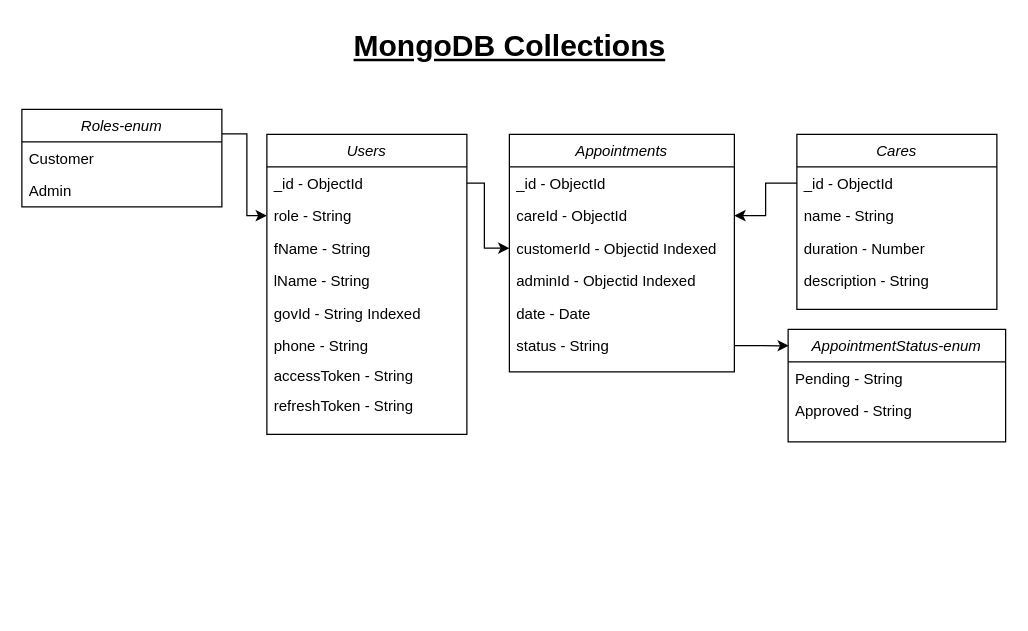
Above: Clinic.drawio in PivaRos/Golang_API_net-http (draw.io), before the change. Source tidied: cells renumbered, new cells numbered last; positions are measured from the earlier drawing's top-left corner, leaving out a move shared by most shapes. Both pictures are drawn from the tidied source at 125%, with x=0, y=0 at pixel (21, 21).
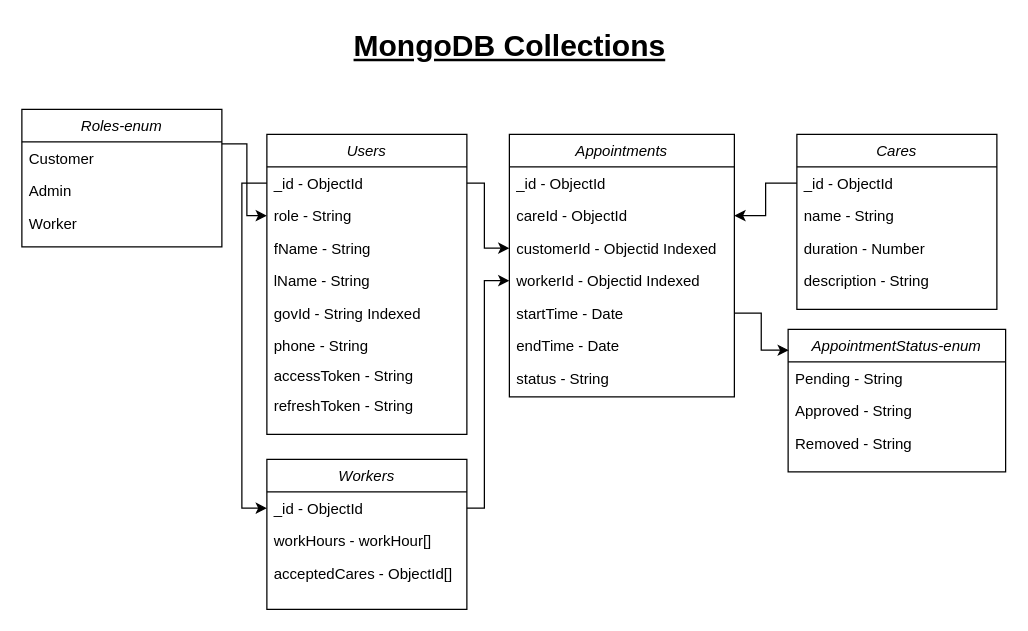
The same page after the edit.

Unchanged cells that the change refers to:
```xml
<mxCell id="3" value="_id - ObjectId" style="text;align=left;verticalAlign=top;spacingLeft=4;spacingRight=4;overflow=hidden;points=[[0,0.5],[1,0.5]];portConstraint=eastwest;" parent="2" vertex="1">
  <mxGeometry y="26" width="160" height="26" as="geometry" />
</mxCell>
```

Diff of the diagram source:
```diff
@@
     <mxCell id="12" value="Roles-enum" style="swimlane;fontStyle=2;align=center;verticalAlign=top;horizontal=1;startSize=26;rounded=0;shadow=0;strokeWidth=1;" parent="1" vertex="1">
-      <mxGeometry y="70" width="160" height="78" as="geometry" />
+      <mxGeometry y="70" width="160" height="110" as="geometry" />
     </mxCell>
@@
+    <mxCell id="34" value="Worker" style="text;align=left;verticalAlign=top;spacingLeft=4;spacingRight=4;overflow=hidden;" parent="12" vertex="1">
+      <mxGeometry y="78" width="160" height="26" as="geometry" />
+    </mxCell>
@@
     <mxCell id="20" value="Appointments" style="swimlane;fontStyle=2;align=center;verticalAlign=top;horizontal=1;startSize=26;rounded=0;shadow=0;strokeWidth=1;" parent="1" vertex="1">
-      <mxGeometry x="390" y="90" width="180" height="190" as="geometry" />
+      <mxGeometry x="390" y="90" width="180" height="210" as="geometry" />
     </mxCell>
@@
-    <mxCell id="24" value="adminId - Objectid Indexed" style="text;align=left;verticalAlign=top;spacingLeft=4;spacingRight=4;overflow=hidden;points=[[0,0.5],[1,0.5]];portConstraint=eastwest;rounded=0;shadow=0;html=0;" parent="20" vertex="1">
+    <mxCell id="24" value="workerId - Objectid Indexed" style="text;align=left;verticalAlign=top;spacingLeft=4;spacingRight=4;overflow=hidden;points=[[0,0.5],[1,0.5]];portConstraint=eastwest;rounded=0;shadow=0;html=0;" parent="20" vertex="1">
       <mxGeometry y="104" width="180" height="26" as="geometry" />
     </mxCell>
-    <mxCell id="25" value="date - Date" style="text;align=left;verticalAlign=top;spacingLeft=4;spacingRight=4;overflow=hidden;rounded=0;shadow=0;html=0;" parent="20" vertex="1">
-      <mxGeometry y="130" width="180" height="26" as="geometry" />
-    </mxCell>
-    <mxCell id="26" value="status - String" style="text;align=left;verticalAlign=top;spacingLeft=4;spacingRight=4;overflow=hidden;points=[[0,0.5],[1,0.5]];portConstraint=eastwest;rounded=0;shadow=0;html=0;" parent="20" vertex="1">
-      <mxGeometry y="156" width="180" height="26" as="geometry" />
+    <mxCell id="26" value="startTime - Date" style="text;align=left;verticalAlign=top;spacingLeft=4;spacingRight=4;overflow=hidden;points=[[0,0.5],[1,0.5]];portConstraint=eastwest;rounded=0;shadow=0;html=0;" parent="20" vertex="1">
+      <mxGeometry y="130" width="180" height="26" as="geometry" />
     </mxCell>
+    <mxCell id="35" value="endTime - Date" style="text;align=left;verticalAlign=top;spacingLeft=4;spacingRight=4;overflow=hidden;rounded=0;shadow=0;html=0;" parent="20" vertex="1">
+      <mxGeometry y="156" width="180" height="26" as="geometry" />
+    </mxCell>
+    <mxCell id="36" value="status - String" style="text;align=left;verticalAlign=top;spacingLeft=4;spacingRight=4;overflow=hidden;rounded=0;shadow=0;html=0;" parent="20" vertex="1">
+      <mxGeometry y="182" width="180" height="26" as="geometry" />
+    </mxCell>
@@
     <mxCell id="30" value="AppointmentStatus-enum" style="swimlane;fontStyle=2;align=center;verticalAlign=top;horizontal=1;startSize=26;rounded=0;shadow=0;strokeWidth=1;" parent="1" vertex="1">
-      <mxGeometry x="613" y="246" width="174" height="90" as="geometry" />
+      <mxGeometry x="613" y="246" width="174" height="114" as="geometry" />
     </mxCell>
@@
+    <mxCell id="37" value="Removed - String" style="text;align=left;verticalAlign=top;spacingLeft=4;spacingRight=4;overflow=hidden;" parent="30" vertex="1">
+      <mxGeometry y="78" width="174" height="26" as="geometry" />
+    </mxCell>
@@
+    <mxCell id="38" value="Workers" style="swimlane;fontStyle=2;align=center;verticalAlign=top;horizontal=1;startSize=26;rounded=0;shadow=0;strokeWidth=1;" parent="1" vertex="1">
+      <mxGeometry x="196" y="350" width="160" height="120" as="geometry" />
+    </mxCell>
+    <mxCell id="39" value="_id - ObjectId" style="text;align=left;verticalAlign=top;spacingLeft=4;spacingRight=4;overflow=hidden;points=[[0,0.5],[1,0.5]];portConstraint=eastwest;" parent="38" vertex="1">
+      <mxGeometry y="26" width="160" height="26" as="geometry" />
+    </mxCell>
+    <mxCell id="40" value="workHours - workHour[]" style="text;align=left;verticalAlign=top;spacingLeft=4;spacingRight=4;overflow=hidden;" parent="38" vertex="1">
+      <mxGeometry y="52" width="160" height="26" as="geometry" />
+    </mxCell>
+    <mxCell id="41" value="acceptedCares - ObjectId[]" style="text;align=left;verticalAlign=top;spacingLeft=4;spacingRight=4;overflow=hidden;" parent="38" vertex="1">
+      <mxGeometry y="78" width="160" height="26" as="geometry" />
+    </mxCell>
+    <mxCell id="42" style="edgeStyle=orthogonalEdgeStyle;rounded=0;jettySize=auto;html=1;entryX=0;entryY=0.5;entryDx=0;entryDy=0;" parent="1" edge="1" source="39" target="24">
+      <mxGeometry relative="1" as="geometry">
+        <Array as="points">
+          <mxPoint x="370" y="389" />
+          <mxPoint x="370" y="207" />
+        </Array>
+      </mxGeometry>
+    </mxCell>
+    <mxCell id="43" style="edgeStyle=orthogonalEdgeStyle;rounded=0;jettySize=auto;html=1;exitX=0;exitY=0.5;exitDx=0;exitDy=0;entryX=0;entryY=0.5;entryDx=0;entryDy=0;" parent="1" edge="1" source="3" target="39">
+      <mxGeometry relative="1" as="geometry" />
+    </mxCell>
```
